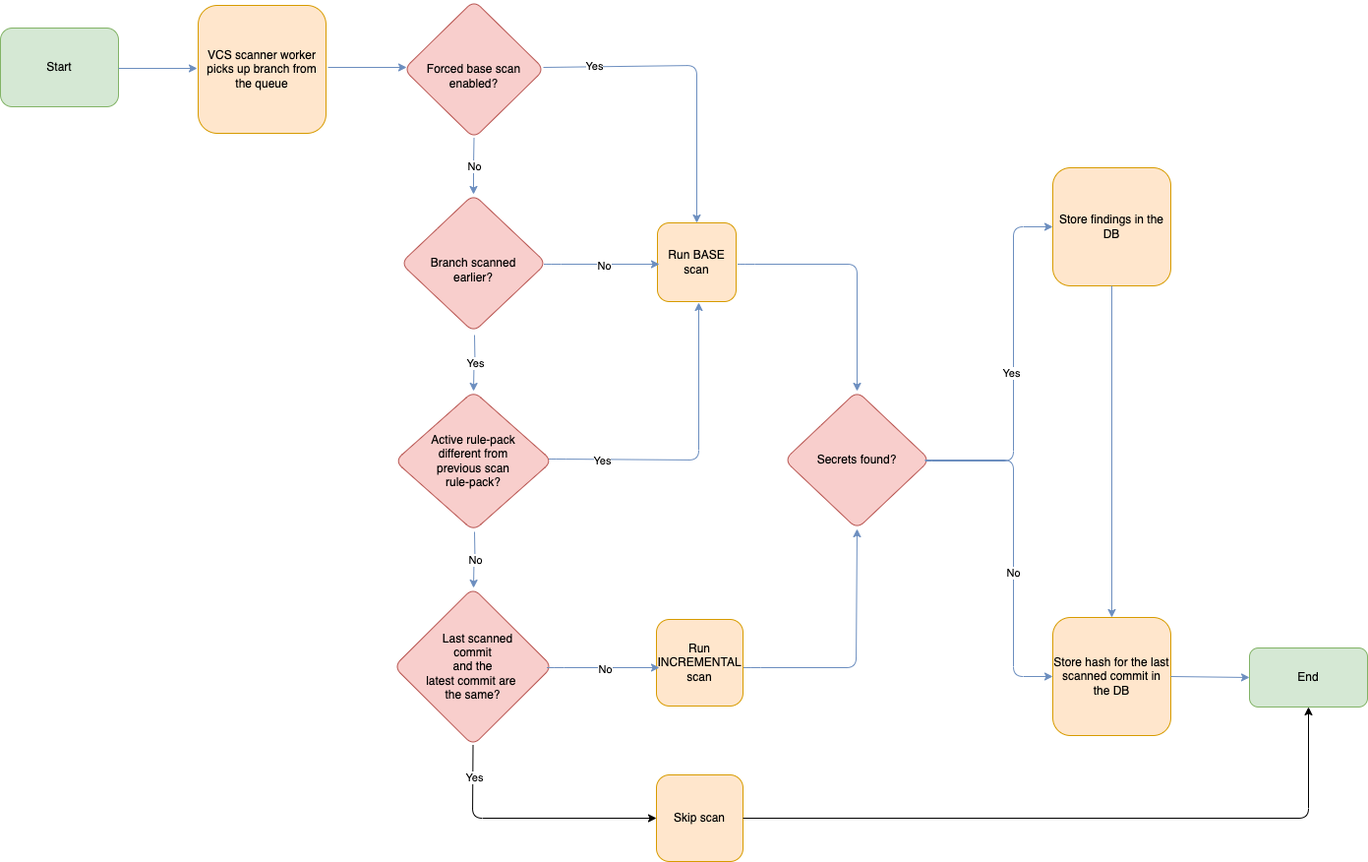
Above: images/RESC_Scan_Flow_Diagram.png in abnamro/repository-scanner (draw.io), before the change. Source tidied: cells renumbered, new cells last; positions are measured from the earlier drawing's top-left corner, leaving out a move shared by most shapes.
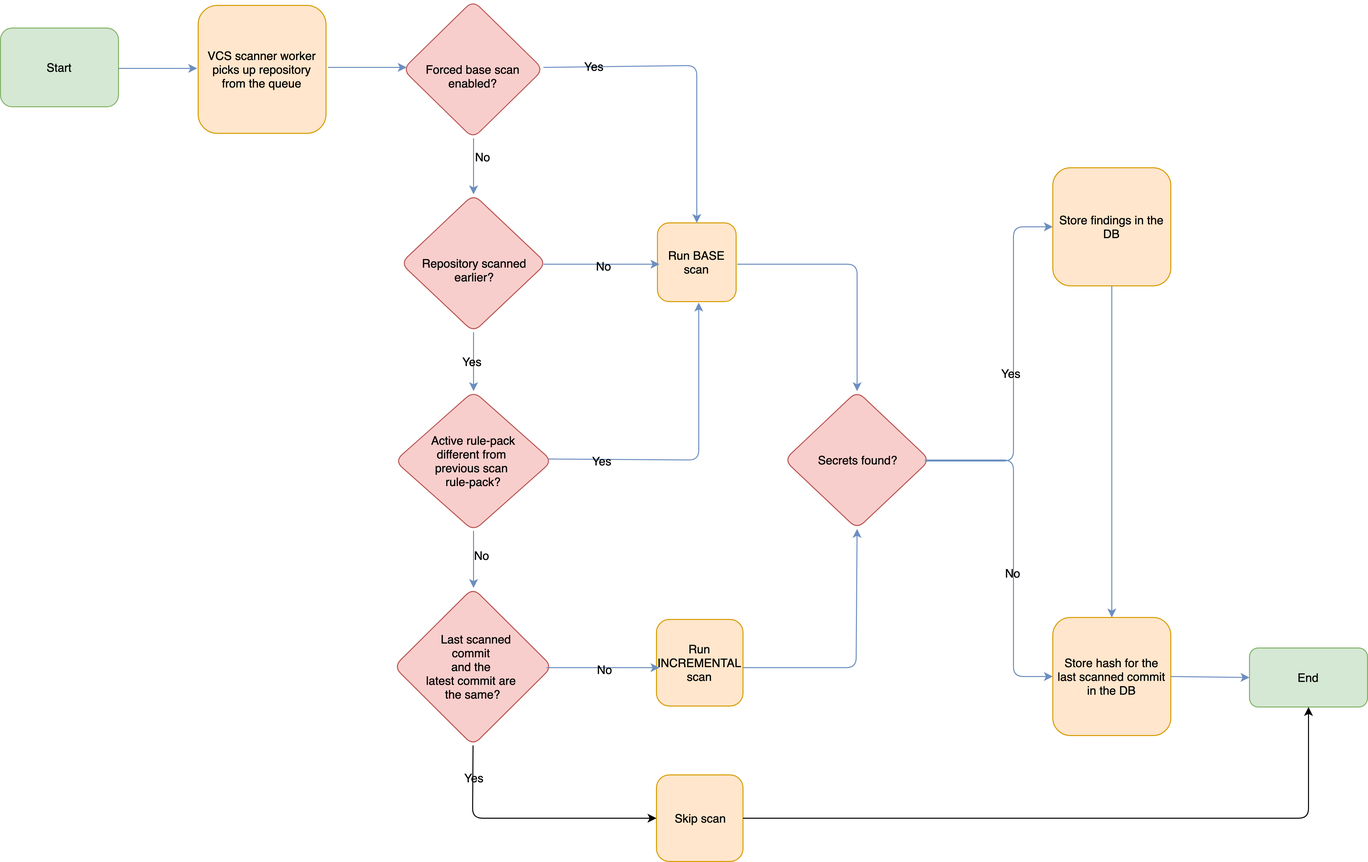
The same file after the commit.

Diff of the diagram source:
```diff
@@ -5,16 +5,24 @@
     <mxCell id="2" value="Start" style="rounded=1;whiteSpace=wrap;html=1;fillColor=#d5e8d4;strokeColor=#82b366;" parent="1" vertex="1">
       <mxGeometry y="28" width="120" height="80" as="geometry" />
     </mxCell>
-    <mxCell id="3" value="VCS scanner worker picks up branch from the queue" style="whiteSpace=wrap;html=1;rounded=1;fillColor=#ffe6cc;strokeColor=#d79b00;" parent="1" vertex="1">
+    <mxCell id="3" value="VCS scanner worker picks up repository from the queue" style="whiteSpace=wrap;html=1;rounded=1;fillColor=#ffe6cc;strokeColor=#d79b00;" parent="1" vertex="1">
       <mxGeometry x="201" y="5" width="130" height="130" as="geometry" />
     </mxCell>
+    <mxCell id="39" style="edgeStyle=orthogonalEdgeStyle;rounded=0;jettySize=auto;html=1;exitX=0.5;exitY=1;exitDx=0;exitDy=0;entryX=0.5;entryY=0;entryDx=0;entryDy=0;strokeColor=#6C8EBF;fillColor=#6C8EBF;" parent="1" edge="1" source="4" target="6">
+      <mxGeometry relative="1" as="geometry" />
+    </mxCell>
+    <mxCell id="40" value="No" style="text;html=1;align=center;verticalAlign=middle;labelBackgroundColor=#ffffff;fontStyle=0;" parent="39" vertex="1">
+      <mxGeometry x="-0.37" y="4" relative="1" as="geometry">
+        <mxPoint x="5" as="offset" />
+      </mxGeometry>
+    </mxCell>
     <mxCell id="4" value="&lt;br&gt;Forced base scan enabled?" style="rhombus;whiteSpace=wrap;html=1;rounded=1;fillColor=#f8cecc;strokeColor=#b85450;" parent="1" vertex="1">
-      <mxGeometry x="410" width="143" height="140" as="geometry" />
+      <mxGeometry x="409" width="143" height="140" as="geometry" />
     </mxCell>
-    <mxCell id="5" value="No" style="edgeStyle=orthogonalEdgeStyle;rounded=0;jettySize=auto;html=1;startArrow=classic;startFill=1;endArrow=none;endFill=0;fillColor=#dae8fc;strokeColor=#6c8ebf;" parent="1" edge="1" source="6" target="4">
-      <mxGeometry relative="1" as="geometry" />
-    </mxCell>
+    <mxCell id="41" style="edgeStyle=orthogonalEdgeStyle;rounded=0;jettySize=auto;html=1;exitX=0.5;exitY=1;exitDx=0;exitDy=0;entryX=0.5;entryY=0;entryDx=0;entryDy=0;strokeColor=#6C8EBF;fillColor=#6C8EBF;" parent="1" edge="1" source="6" target="12">
+      <mxGeometry relative="1" as="geometry" />
+    </mxCell>
-    <mxCell id="6" value="&lt;br&gt;Branch scanned &lt;br&gt;earlier?" style="rhombus;whiteSpace=wrap;html=1;rounded=1;fillColor=#f8cecc;strokeColor=#b85450;" parent="1" vertex="1">
+    <mxCell id="6" value="&lt;br&gt;Repository scanned &lt;br&gt;earlier?" style="rhombus;whiteSpace=wrap;html=1;rounded=1;fillColor=#f8cecc;strokeColor=#b85450;" parent="1" vertex="1">
       <mxGeometry x="407" y="197" width="148" height="140" as="geometry" />
     </mxCell>
     <mxCell id="7" value="Run BASE scan" style="whiteSpace=wrap;html=1;rounded=1;fillColor=#ffe6cc;strokeColor=#d79b00;" parent="1" vertex="1">
@@ -45,15 +53,12 @@
     <mxCell id="11" value="Yes" style="edgeLabel;html=1;align=center;verticalAlign=middle;" parent="10" vertex="1">
       <mxGeometry x="-0.67" y="1" relative="1" as="geometry" />
     </mxCell>
+    <mxCell id="42" style="edgeStyle=orthogonalEdgeStyle;rounded=0;jettySize=auto;html=1;exitX=0.5;exitY=1;exitDx=0;exitDy=0;entryX=0.5;entryY=0;entryDx=0;entryDy=0;strokeColor=#6C8EBF;fillColor=#6C8EBF;" parent="1" edge="1" source="12" target="16">
+      <mxGeometry relative="1" as="geometry" />
+    </mxCell>
     <mxCell id="12" value="Active rule-pack &lt;br&gt;different from &lt;br&gt;previous scan &lt;br&gt;rule-pack?" style="rhombus;whiteSpace=wrap;html=1;rounded=1;fillColor=#f8cecc;strokeColor=#b85450;" parent="1" vertex="1">
       <mxGeometry x="401" y="397" width="160" height="142" as="geometry" />
     </mxCell>
-    <mxCell id="13" value="Yes" style="edgeStyle=orthogonalEdgeStyle;rounded=0;orthogonalLoop=1;jettySize=auto;html=1;startArrow=classic;startFill=1;endArrow=none;endFill=0;fillColor=#dae8fc;strokeColor=#6c8ebf;" parent="1" edge="1">
-      <mxGeometry relative="1" as="geometry">
-        <mxPoint x="481" y="397" as="sourcePoint" />
-        <mxPoint x="482" y="340" as="targetPoint" />
-      </mxGeometry>
-    </mxCell>
     <mxCell id="14" style="endArrow=classic;html=1;rounded=1;endFill=1;fillColor=#dae8fc;strokeColor=#6c8ebf;" parent="1" edge="1">
       <mxGeometry relative="1" as="geometry">
         <mxPoint x="565" y="466" as="sourcePoint" />
@@ -71,12 +76,6 @@
     <mxCell id="16" value="&amp;nbsp; &amp;nbsp;Last scanned &lt;br&gt;commit &lt;br&gt;and the &lt;br&gt;latest commit are&amp;nbsp;&lt;br&gt;the same?" style="rhombus;whiteSpace=wrap;html=1;rounded=1;fillColor=#f8cecc;strokeColor=#b85450;" parent="1" vertex="1">
       <mxGeometry x="400" y="597" width="161" height="160" as="geometry" />
     </mxCell>
-    <mxCell id="17" value="No" style="edgeStyle=orthogonalEdgeStyle;rounded=0;orthogonalLoop=1;jettySize=auto;html=1;startArrow=classic;startFill=1;endArrow=none;endFill=0;fillColor=#dae8fc;strokeColor=#6c8ebf;" parent="1" edge="1">
-      <mxGeometry relative="1" as="geometry">
-        <mxPoint x="481" y="597" as="sourcePoint" />
-        <mxPoint x="482" y="540" as="targetPoint" />
-      </mxGeometry>
-    </mxCell>
     <mxCell id="18" value="Run INCREMENTAL scan" style="whiteSpace=wrap;html=1;rounded=1;fillColor=#ffe6cc;strokeColor=#d79b00;" parent="1" vertex="1">
       <mxGeometry x="667" y="629" width="88" height="88" as="geometry" />
     </mxCell>
@@ -188,5 +187,11 @@
         </Array>
       </mxGeometry>
     </mxCell>
+    <mxCell id="13" value="Yes" style="text;html=1;align=left;verticalAlign=top;spacingTop=-4;" parent="1" vertex="1">
+      <mxGeometry x="468" y="358" width="40" height="20" as="geometry" />
+    </mxCell>
+    <mxCell id="43" value="No" style="text;html=1;align=left;verticalAlign=top;spacingTop=-4;" parent="1" vertex="1">
+      <mxGeometry x="480" y="555" width="30" height="20" as="geometry" />
+    </mxCell>
   </root>
 </mxGraphModel>
```
